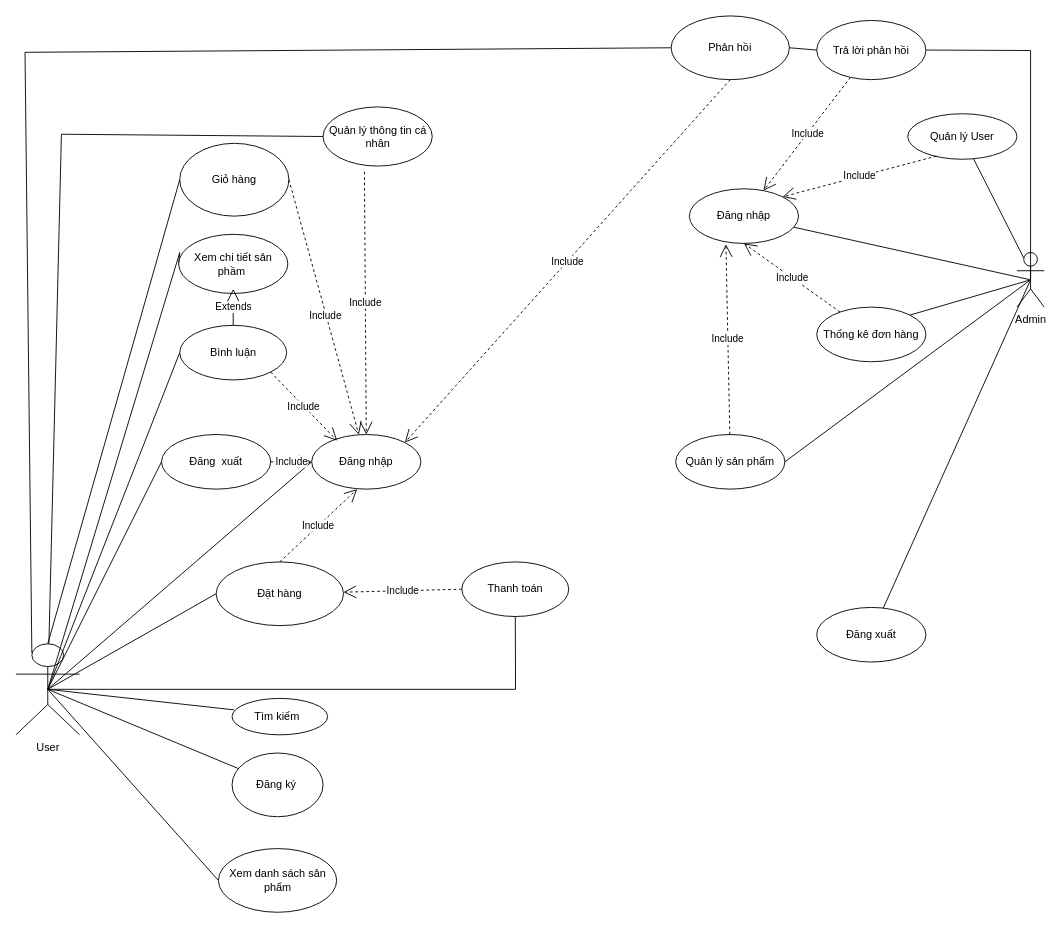
ThanhdoBKHN/tab-tracker keeps this draw.io diagram as Untitled Diagram.drawio. Above is the earlier version. Source tidied: cells renumbered, new cells numbered last; positions are measured from the earlier drawing's top-left corner, leaving out a move shared by most shapes. Both pictures are drawn from the tidied source at 91%, with x=0, y=0 at pixel (15, 15).
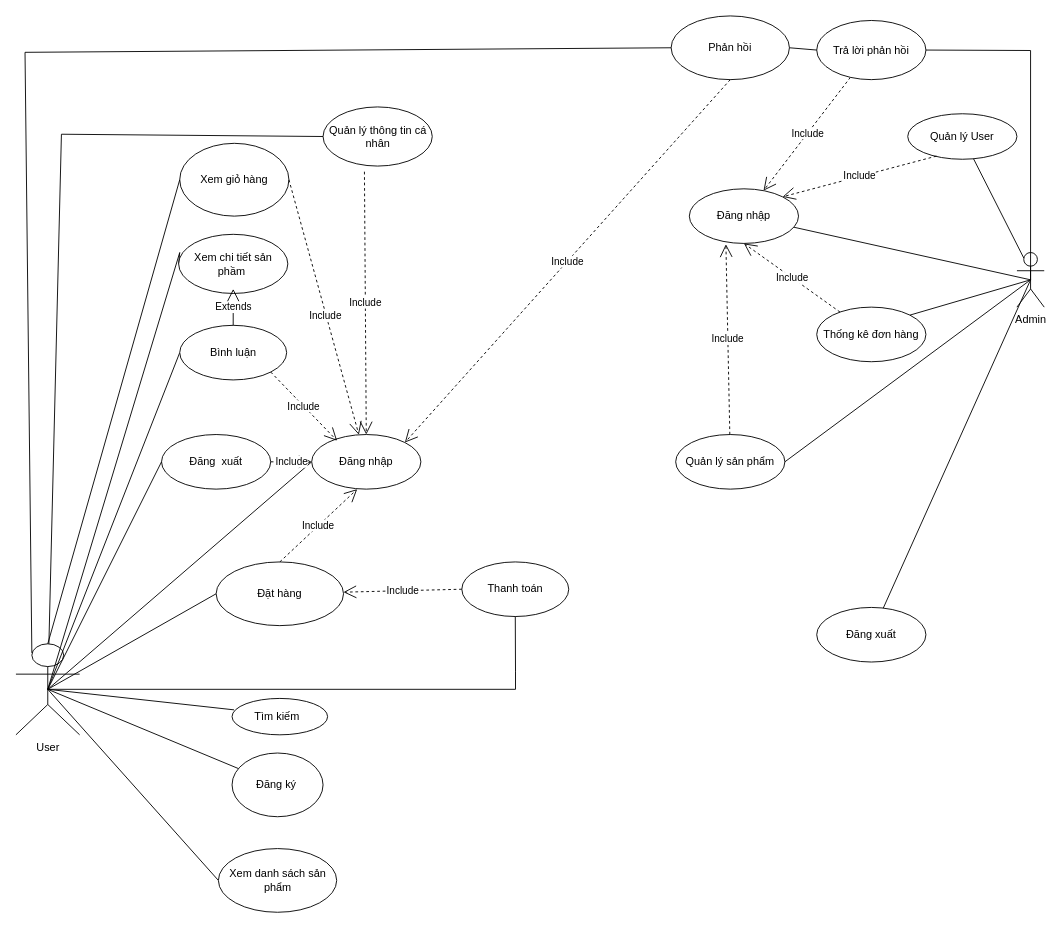
The same page after the edit.

What changed in the source:
```diff
@@
-    <mxCell id="50" value="Giỏ hàng" style="ellipse;whiteSpace=wrap;html=1;" parent="1" vertex="1">
+    <mxCell id="50" value="Xem giỏ hàng" style="ellipse;whiteSpace=wrap;html=1;" parent="1" vertex="1">
       <mxGeometry x="180" y="140" width="120" height="80" as="geometry" />
     </mxCell>
```
